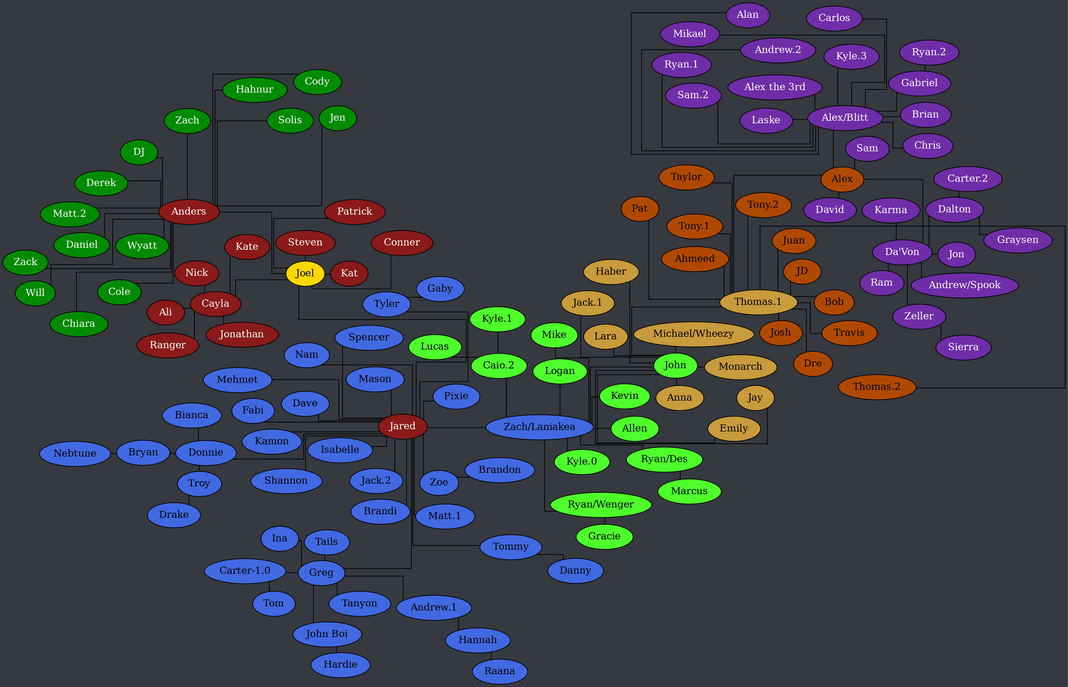
Documidas/CoronaCatzFamilyTree keeps this Graphviz diagram as tree.png. Above is the earlier version. Its source is kept beside it as tree.dot. The source it was exported from:
```dot
strict graph {
	layout = neato;
	dpi = 200;
	epsilon = 0.01;
	mode = major;
	model = subset;
	overlap = false;
	splines = ortho;
	start = rand;

	graph [ truecolor=true bgcolor="#36393f" ];
	node [ style=filled fillcolor="gray" fontcolor="black" ];

	subgraph "Joel" {
		node [ style=filled fillcolor="firebrick4" fontcolor="white" ];
		Joel [ style=filled fillcolor="gold" fontcolor="black" ];

		Cayla -- Ali;
		Cayla -- Jonathan;
		Cayla -- Kate;
		Cayla -- Nick;
		Cayla -- Ranger;
		Joel -- Anders;
		Joel -- Cayla;
		Joel -- Conner;
		Joel -- Jared;
		Joel -- Kat;
		Joel -- Patrick;
		Joel -- Steven;
	}

	subgraph "Anders" {
		node [ style=filled fillcolor="green4" fontcolor="white" ];

		Anders -- Chiara;
		Anders -- Cody;
		Anders -- Cole;
		Anders -- Daniel;
		Anders -- Derek;
		Anders -- DJ;
		Anders -- Hahnur;
		Anders -- Jen;
		Anders -- "Matt.2";
		Anders -- Solis;
		Anders -- Will;
		Anders -- Wyatt;
		Anders -- Zach;
		Anders -- Zack;
	}

	subgraph "Jared" {
		node [ style=filled fillcolor="royalblue" fontcolor="black" ];

		"Andrew.1" -- Hannah;
		Bryan -- Nebtune;
		"Carter-1.0" -- Tom;
		Donnie -- Bianca;
		Donnie -- Bryan;
		Donnie -- Troy;
		Greg -- "Andrew.1";
		Greg -- "Carter-1.0";
		Greg -- Ina;
		Greg -- "John Boi";
		Greg -- Tails;
		Greg -- Tanyon;
		Hannah -- Raana;
		Jared -- Brandi;
		Jared -- Dave;
		Jared -- Donnie;
		Jared -- Fabi;
		Jared -- "Jack.2";
		Jared -- Kamon;
		Jared -- Greg;
		Jared -- Isabelle;
		Jared -- Mason;
		Jared -- "Matt.1";
		Jared -- Mehmet;
		Jared -- Nam;
		Jared -- Pixie;
		Jared -- Shannon;
		Jared -- Spencer;
		Jared -- Tommy;
		Jared -- Tyler;
		Jared -- "Zach/Laniakea";
		Jared -- Zoe;
		"John Boi" -- Hardie;
		Tommy -- Danny;
		Troy -- Drake;
		Tyler -- Gaby;
		Zoe -- Brandon;
	}

	subgraph "Zach/Laniakea" {
		node [ style=filled fillcolor="#4eff2c" fontcolor="black" ];

		"Caio.2" -- "Kyle.1";
		"Caio.2" -- Lucas;
		"Ryan/Des" -- Marcus;
		"Ryan/Wenger" -- Gracie;
		"Zach/Laniakea" -- Allen;
		"Zach/Laniakea" -- "Caio.2";
		"Zach/Laniakea" -- John;
		"Zach/Laniakea" -- Logan;
		"Zach/Laniakea" -- Kevin;
		"Zach/Laniakea" -- "Kyle.0";
		"Zach/Laniakea" -- Mike;
		"Zach/Laniakea" -- "Ryan/Des";
		"Zach/Laniakea" -- "Ryan/Wenger";
	}

	subgraph "John" {
		node [ style=filled fillcolor="#c89b3c" fontcolor="black" ];

		John -- Anna;
		John -- Emily;
		John -- Haber;
		John -- Jay;
		John -- "Jack.1";
		John -- Lara;
		John -- Monarch;
		John -- "Thomas.1";
	}

	subgraph "John-stream" {
		node [ style=filled fillcolor="#c89b3c" fontcolor="black" ];

		John -- "Michael/Wheezy";
	}

	subgraph "Thomas.1" {
		node [ style=filled fillcolor="#b04900" fontcolor="black" ];

		"Thomas.1" -- Ahmeed;
		"Thomas.1" -- Alex;
		"Thomas.1" -- Bob;
		"Thomas.1" -- Dre;
		"Thomas.1" -- JD;
		"Thomas.1" -- Josh;
		"Thomas.1" -- Juan;
		"Thomas.1" -- Pat;
		"Thomas.1" -- Taylor;
		"Thomas.1" -- "Thomas.2";
		"Thomas.1" -- "Tony.1";
		"Thomas.1" -- "Tony.2";
		"Thomas.1" -- Travis;
	}

	subgraph "Alex" {
		node [ style=filled fillcolor="#6f2da8" fontcolor="white" ];

		Alex -- "Alex/Blitt";
		Alex -- "Da'Von";
		Alex -- David;
		Alex -- Sam;
		"Alex/Blitt" -- Alan;
		"Alex/Blitt" -- "Alex the 3rd";
		"Alex/Blitt" -- "Andrew.2";
		"Alex/Blitt" -- Brian;
		"Alex/Blitt" -- Carlos;
		"Alex/Blitt" -- Chris;
		"Alex/Blitt" -- Gabriel;
		"Alex/Blitt" -- "Kyle.3";
		"Alex/Blitt" -- Laske;
		"Alex/Blitt" -- Mikael;
		"Alex/Blitt" -- "Ryan.1";
		"Alex/Blitt" -- "Sam.2";
		"Da'Von" -- "Andrew/Spook";
		"Da'Von" -- Dalton;
		"Da'Von" -- Jon;
		"Da'Von" -- Karma;
		"Da'Von" -- Ram;
		"Da'Von" -- Zeller;
		Dalton -- "Carter.2";
		Dalton -- Graysen;
		Gabriel -- "Ryan.2";
		Zeller -- Sierra;
	}
}
```
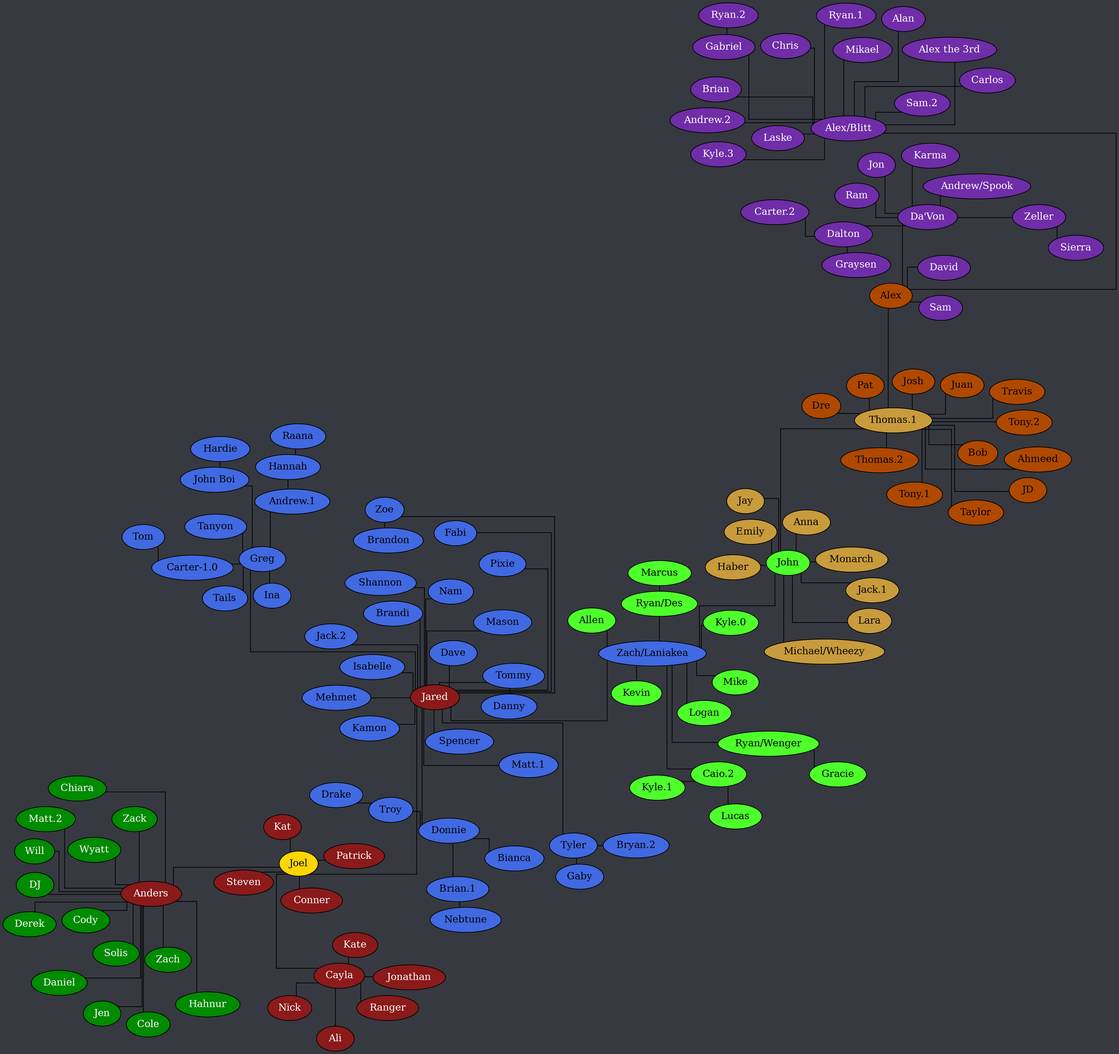
Later version of the same file.

Diff of the diagram source:
```diff
@@ -52,10 +52,10 @@
 		node [ style=filled fillcolor="royalblue" fontcolor="black" ];
 
 		"Andrew.1" -- Hannah;
-		Bryan -- Nebtune;
+		"Brian.1" -- Nebtune;
 		"Carter-1.0" -- Tom;
 		Donnie -- Bianca;
-		Donnie -- Bryan;
+		Donnie -- "Brian.1";
 		Donnie -- Troy;
 		Greg -- "Andrew.1";
 		Greg -- "Carter-1.0";
@@ -86,6 +86,7 @@
 		"John Boi" -- Hardie;
 		Tommy -- Danny;
 		Troy -- Drake;
+		Tyler -- "Bryan.2";
 		Tyler -- Gaby;
 		Zoe -- Brandon;
 	}
```
